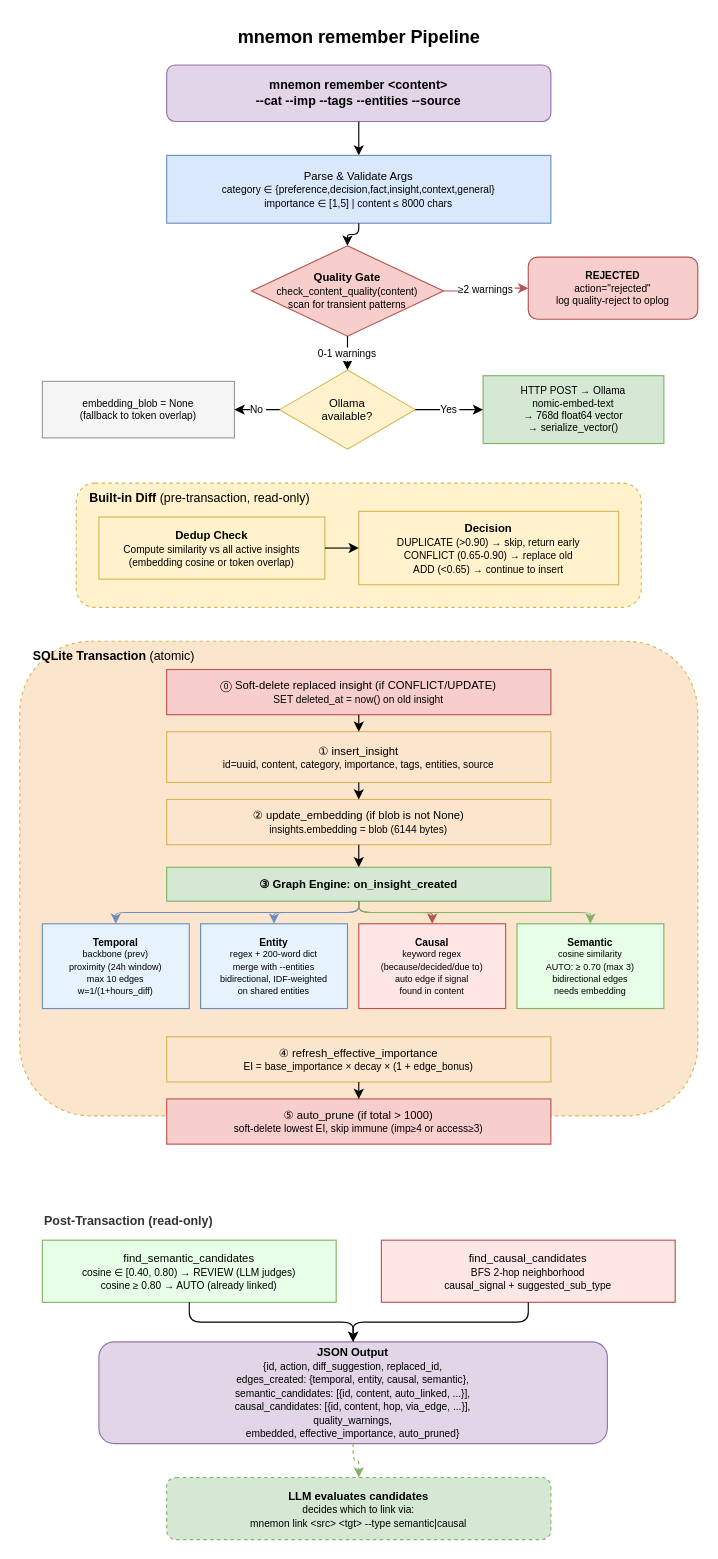
bissli/memman keeps this draw.io diagram as docs/diagrams/02-remember-pipeline.drawio. Above is the earlier version. Source tidied: cells renumbered, new cells numbered last; positions are measured from the earlier drawing's top-left corner, leaving out a move shared by most shapes. Both pictures are drawn from the tidied source at 113%, with x=0, y=0 at pixel (19, 19).
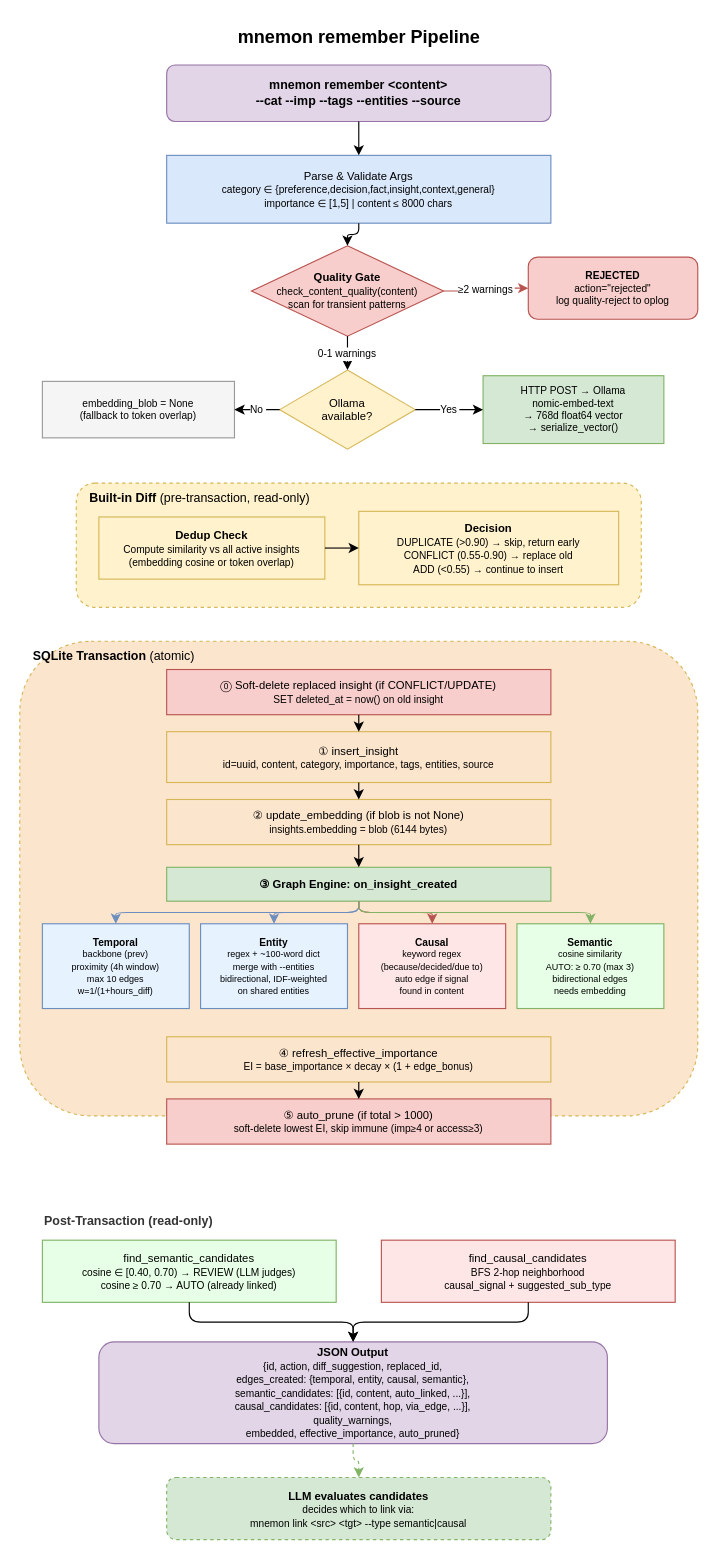
Above is the later version.

Change to the diagram source:
```diff
@@
-    <mxCell id="18" value="&lt;b&gt;Decision&lt;/b&gt;&lt;br&gt;&lt;font style=&quot;font-size:9px&quot;&gt;DUPLICATE (&gt;0.90) → skip, return early&lt;br&gt;CONFLICT (0.65-0.90) → replace old&lt;br&gt;ADD (&lt;0.65) → continue to insert&lt;/font&gt;" style="rounded=0;whiteSpace=wrap;html=1;fillColor=#fff2cc;strokeColor=#d6b656;fontSize=10;" parent="1" vertex="1">
+    <mxCell id="18" value="&lt;b&gt;Decision&lt;/b&gt;&lt;br&gt;&lt;font style=&quot;font-size:9px&quot;&gt;DUPLICATE (&gt;0.90) → skip, return early&lt;br&gt;CONFLICT (0.55-0.90) → replace old&lt;br&gt;ADD (&lt;0.55) → continue to insert&lt;/font&gt;" style="rounded=0;whiteSpace=wrap;html=1;fillColor=#fff2cc;strokeColor=#d6b656;fontSize=10;" parent="1" vertex="1">
       <mxGeometry x="300" y="435" width="230" height="65" as="geometry" />
     </mxCell>
@@
-    <mxCell id="28" value="&lt;b&gt;Temporal&lt;/b&gt;&lt;br&gt;&lt;font style=&quot;font-size:8px&quot;&gt;backbone (prev)&lt;br&gt;proximity (24h window)&lt;br&gt;max 10 edges&lt;br&gt;w=1/(1+hours_diff)&lt;/font&gt;" style="rounded=0;whiteSpace=wrap;html=1;fontSize=9;fillColor=#E6F3FF;strokeColor=#6c8ebf;" parent="1" vertex="1">
+    <mxCell id="28" value="&lt;b&gt;Temporal&lt;/b&gt;&lt;br&gt;&lt;font style=&quot;font-size:8px&quot;&gt;backbone (prev)&lt;br&gt;proximity (4h window)&lt;br&gt;max 10 edges&lt;br&gt;w=1/(1+hours_diff)&lt;/font&gt;" style="rounded=0;whiteSpace=wrap;html=1;fontSize=9;fillColor=#E6F3FF;strokeColor=#6c8ebf;" parent="1" vertex="1">
       <mxGeometry x="20" y="800" width="130" height="75" as="geometry" />
     </mxCell>
-    <mxCell id="29" value="&lt;b&gt;Entity&lt;/b&gt;&lt;br&gt;&lt;font style=&quot;font-size:8px&quot;&gt;regex + 200-word dict&lt;br&gt;merge with --entities&lt;br&gt;bidirectional, IDF-weighted&lt;br&gt;on shared entities&lt;/font&gt;" style="rounded=0;whiteSpace=wrap;html=1;fontSize=9;fillColor=#E6F3FF;strokeColor=#6c8ebf;" parent="1" vertex="1">
+    <mxCell id="29" value="&lt;b&gt;Entity&lt;/b&gt;&lt;br&gt;&lt;font style=&quot;font-size:8px&quot;&gt;regex + ~100-word dict&lt;br&gt;merge with --entities&lt;br&gt;bidirectional, IDF-weighted&lt;br&gt;on shared entities&lt;/font&gt;" style="rounded=0;whiteSpace=wrap;html=1;fontSize=9;fillColor=#E6F3FF;strokeColor=#6c8ebf;" parent="1" vertex="1">
       <mxGeometry x="160" y="800" width="130" height="75" as="geometry" />
     </mxCell>
@@
-    <mxCell id="40" value="find_semantic_candidates&lt;br&gt;&lt;font style=&quot;font-size:9px&quot;&gt;cosine ∈ [0.40, 0.80) → REVIEW (LLM judges)&lt;br&gt;cosine ≥ 0.80 → AUTO (already linked)&lt;/font&gt;" style="rounded=0;whiteSpace=wrap;html=1;fillColor=#E6FFE6;strokeColor=#82b366;fontSize=10;" parent="1" vertex="1">
+    <mxCell id="40" value="find_semantic_candidates&lt;br&gt;&lt;font style=&quot;font-size:9px&quot;&gt;cosine ∈ [0.40, 0.70) → REVIEW (LLM judges)&lt;br&gt;cosine ≥ 0.70 → AUTO (already linked)&lt;/font&gt;" style="rounded=0;whiteSpace=wrap;html=1;fillColor=#E6FFE6;strokeColor=#82b366;fontSize=10;" parent="1" vertex="1">
       <mxGeometry x="20" y="1080" width="260" height="55" as="geometry" />
     </mxCell>
```
